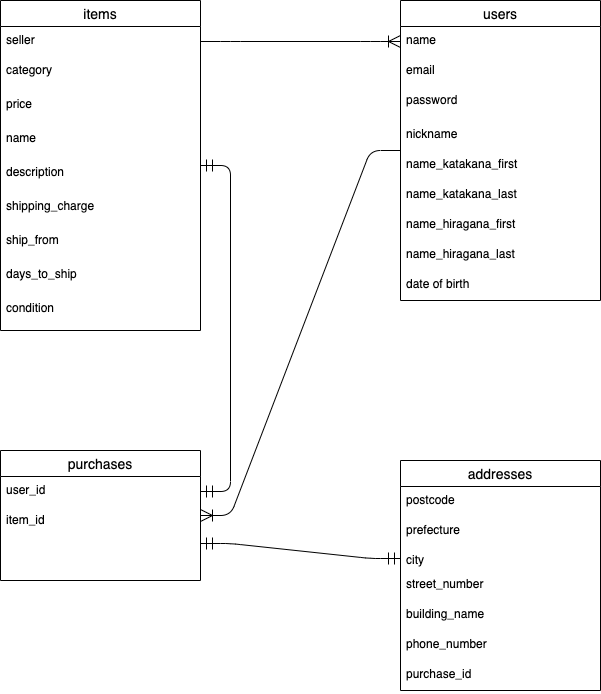
Earlier version of the draw.io export app/views/furima-31014_ER.dio.png (ysski/furima-31014). Source tidied: cells renumbered, new cells last; positions are measured from the earlier drawing's top-left corner, leaving out a move shared by most shapes.
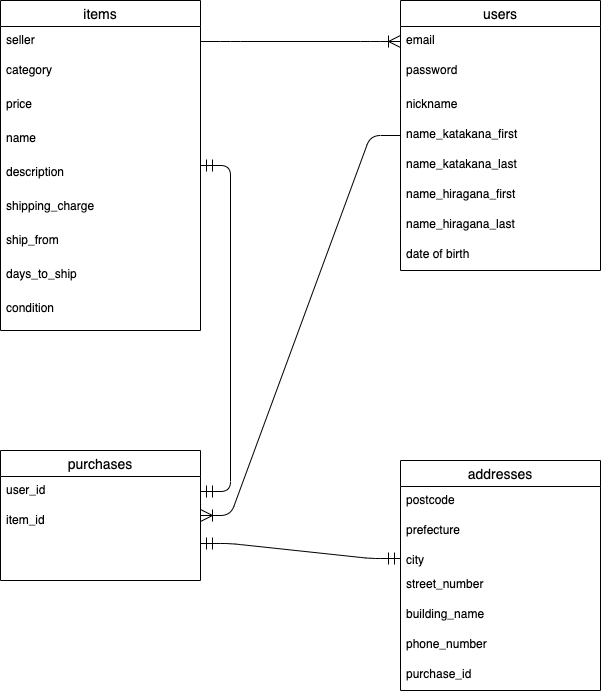
Above is the later version.

Change to the diagram source:
```diff
@@ -33,37 +33,36 @@
       <mxGeometry y="294" width="200" height="36" as="geometry" />
     </mxCell>
     <mxCell id="12" value="users" style="swimlane;fontStyle=0;horizontal=1;startSize=26;align=center;fontSize=14;" parent="1" vertex="1">
-      <mxGeometry x="400" width="200" height="300" as="geometry" />
+      <mxGeometry x="400" width="200" height="270" as="geometry" />
     </mxCell>
-    <mxCell id="13" value="name" style="text;strokeColor=none;fillColor=none;spacingLeft=4;spacingRight=4;overflow=hidden;points=[[0,0.5],[1,0.5]];portConstraint=eastwest;fontSize=12;" parent="12" vertex="1">
-      <mxGeometry y="26" width="200" height="30" as="geometry" />
-    </mxCell>
     <mxCell id="14" value="email" style="text;strokeColor=none;fillColor=none;spacingLeft=4;spacingRight=4;overflow=hidden;fontSize=12;" parent="12" vertex="1">
-      <mxGeometry y="56" width="200" height="30" as="geometry" />
+      <mxGeometry y="26" width="200" height="30" as="geometry" />
     </mxCell>
     <mxCell id="15" value="password" style="text;strokeColor=none;fillColor=none;spacingLeft=4;spacingRight=4;overflow=hidden;fontSize=12;" parent="12" vertex="1">
-      <mxGeometry y="86" width="200" height="34" as="geometry" />
+      <mxGeometry y="56" width="200" height="34" as="geometry" />
     </mxCell>
     <mxCell id="16" value="nickname" style="text;strokeColor=none;fillColor=none;spacingLeft=4;spacingRight=4;overflow=hidden;fontSize=12;" parent="12" vertex="1">
-      <mxGeometry y="120" width="200" height="30" as="geometry" />
+      <mxGeometry y="90" width="200" height="30" as="geometry" />
     </mxCell>
     <mxCell id="17" value="name_katakana_first" style="text;strokeColor=none;fillColor=none;spacingLeft=4;spacingRight=4;overflow=hidden;fontSize=12;" parent="12" vertex="1">
-      <mxGeometry y="150" width="200" height="30" as="geometry" />
+      <mxGeometry y="120" width="200" height="30" as="geometry" />
     </mxCell>
     <mxCell id="18" value="name_katakana_last" style="text;strokeColor=none;fillColor=none;spacingLeft=4;spacingRight=4;overflow=hidden;fontSize=12;" parent="12" vertex="1">
-      <mxGeometry y="180" width="200" height="30" as="geometry" />
+      <mxGeometry y="150" width="200" height="30" as="geometry" />
     </mxCell>
     <mxCell id="19" value="name_hiragana_first" style="text;strokeColor=none;fillColor=none;spacingLeft=4;spacingRight=4;overflow=hidden;fontSize=12;" parent="12" vertex="1">
-      <mxGeometry y="210" width="200" height="30" as="geometry" />
+      <mxGeometry y="180" width="200" height="30" as="geometry" />
     </mxCell>
     <mxCell id="20" value="name_hiragana_last" style="text;strokeColor=none;fillColor=none;spacingLeft=4;spacingRight=4;overflow=hidden;fontSize=12;" parent="12" vertex="1">
-      <mxGeometry y="240" width="200" height="30" as="geometry" />
+      <mxGeometry y="210" width="200" height="30" as="geometry" />
     </mxCell>
     <mxCell id="21" value="date of birth" style="text;strokeColor=none;fillColor=none;spacingLeft=4;spacingRight=4;overflow=hidden;fontSize=12;" parent="12" vertex="1">
-      <mxGeometry y="270" width="200" height="30" as="geometry" />
+      <mxGeometry y="240" width="200" height="30" as="geometry" />
     </mxCell>
-    <mxCell id="22" style="edgeStyle=entityRelationEdgeStyle;fontSize=12;html=1;endArrow=ERoneToMany;endSize=10;startSize=10;exitX=1;exitY=0.5;exitDx=0;exitDy=0;entryX=0;entryY=0.5;entryDx=0;entryDy=0;" parent="1" edge="1" source="3" target="13">
-      <mxGeometry relative="1" as="geometry" />
+    <mxCell id="22" style="edgeStyle=entityRelationEdgeStyle;fontSize=12;html=1;endArrow=ERoneToMany;endSize=10;startSize=10;exitX=1;exitY=0.5;exitDx=0;exitDy=0;entryX=0;entryY=0.5;entryDx=0;entryDy=0;" parent="1" edge="1" source="3">
+      <mxGeometry relative="1" as="geometry">
+        <mxPoint x="400" y="41" as="targetPoint" />
+      </mxGeometry>
     </mxCell>
     <mxCell id="23" style="edgeStyle=entityRelationEdgeStyle;fontSize=12;html=1;endArrow=ERmandOne;startArrow=ERmandOne;endSize=10;startSize=10;entryX=0;entryY=0.5;entryDx=0;entryDy=0;" parent="1" edge="1" source="36" target="29">
       <mxGeometry relative="1" as="geometry" />
```
